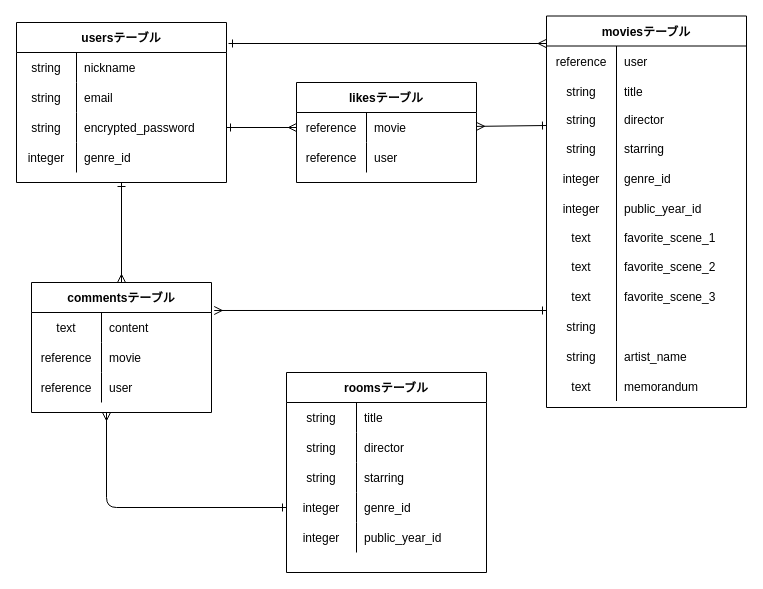
Earlier version of the draw.io diagram page "ページ1" (1 of 2) of test.dio (iorrittle/My-movies-collection). Source tidied: cells renumbered, new cells numbered last; positions are measured from the earlier drawing's top-left corner, leaving out a move shared by most shapes. Both pictures are drawn from the tidied source at 100%, with x=0, y=0 at pixel (16, 16).
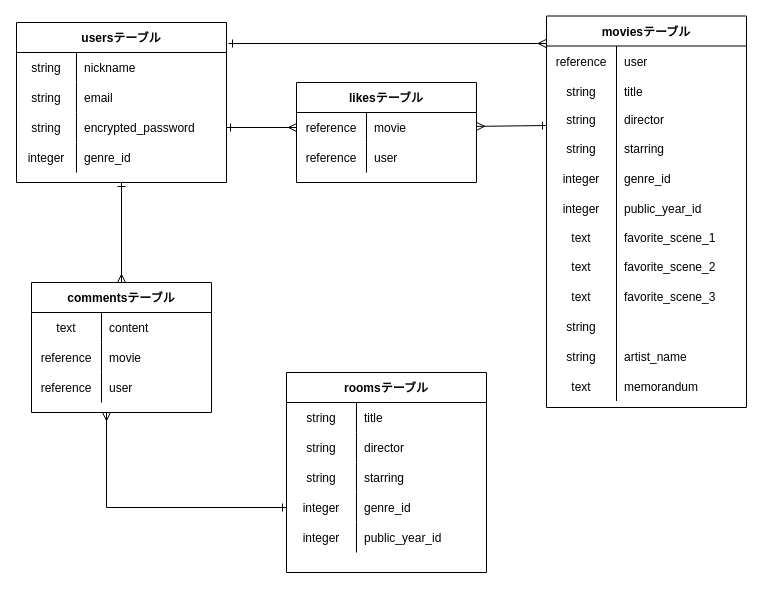
The same page after the edit.

Commit message (it also covers changes not shown here):
画面遷移図の追記等

The change refers to these unchanged cells:
```xml
<mxCell id="55" style="shape=partialRectangle;fillColor=none;top=0;left=0;bottom=0;right=0;points=[[0,0.5],[1,0.5]];portConstraint=eastwest;" parent="54" vertex="1">
  <mxGeometry y="30" width="180" height="30" as="geometry" />
</mxCell>
<mxCell id="75" style="shape=partialRectangle;fillColor=none;top=0;left=0;bottom=0;right=0;points=[[0,0.5],[1,0.5]];portConstraint=eastwest;" parent="65" vertex="1">
  <mxGeometry y="120" width="200" height="30" as="geometry" />
</mxCell>
```

The edit, as a diff of the source:
```diff
@@
-    <mxCell id="16" style="edgeStyle=none;html=1;startArrow=ERone;startFill=0;endArrow=ERmany;endFill=0;entryX=1.015;entryY=-0.067;entryDx=0;entryDy=0;entryPerimeter=0;" parent="1" edge="1" target="55">
-      <mxGeometry relative="1" as="geometry">
-        <mxPoint x="530" y="294" as="sourcePoint" />
-      </mxGeometry>
-    </mxCell>
@@
-    <mxCell id="90" style="edgeStyle=none;html=1;exitX=0;exitY=0.5;exitDx=0;exitDy=0;startArrow=ERone;startFill=0;endArrow=ERmany;endFill=0;" parent="1" edge="1" source="75">
+    <mxCell id="90" style="edgeStyle=none;html=1;exitX=0;exitY=0.5;exitDx=0;exitDy=0;startArrow=ERone;startFill=0;endArrow=ERmany;endFill=0;rounded=0;" parent="1" edge="1" source="75">
       <mxGeometry relative="1" as="geometry">
         <mxPoint x="90" y="396" as="targetPoint" />
         <Array as="points">
           <mxPoint x="90" y="491" />
         </Array>
       </mxGeometry>
     </mxCell>
```
